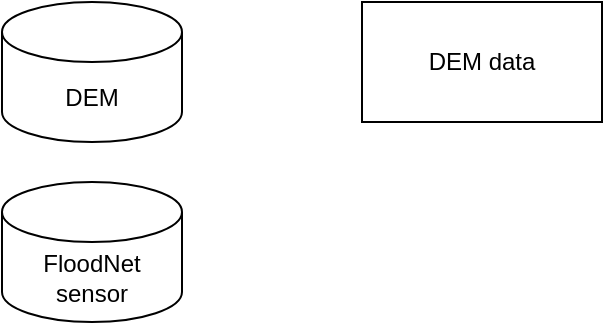
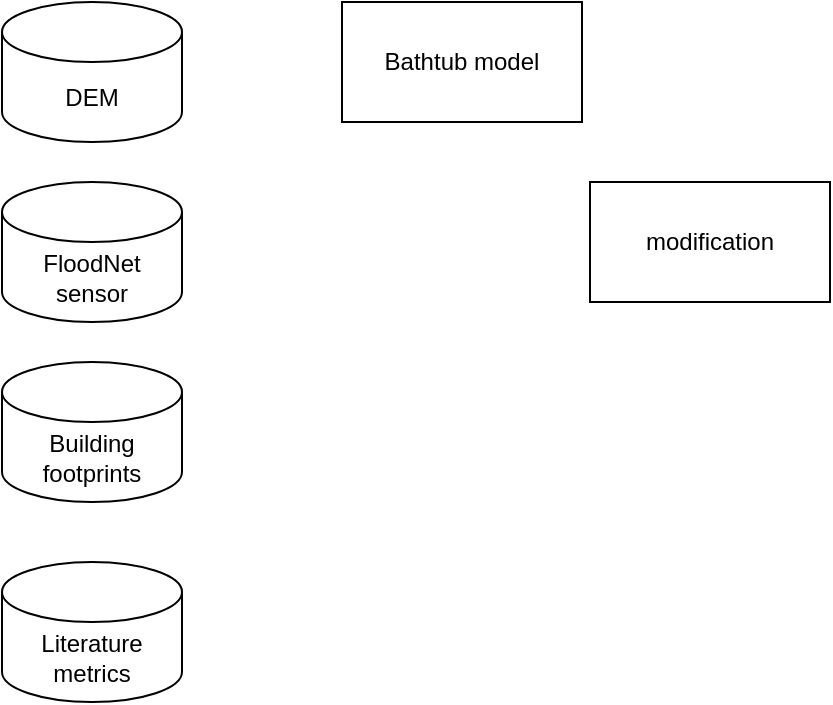
<mxfile host="app.diagrams.net">
  <diagram name="第 1 页" id="rrjs3x73q6XKG6Un8orv">
    <mxGraphModel dx="809" dy="435" grid="1" gridSize="10" guides="1" tooltips="1" connect="1" arrows="1" fold="1" page="1" pageScale="1" pageWidth="827" pageHeight="1169" math="0" shadow="0">
      <root>
        <mxCell id="0" />
        <mxCell id="1" parent="0" />
-         <mxCell id="wsXrPMJaeRBQqD8lpksv-1" parent="1" style="rounded=0;whiteSpace=wrap;html=1;" value="DEM data" vertex="1">
-           <mxGeometry height="60" width="120" x="240" y="180" as="geometry" />
-         </mxCell>
        <mxCell id="wsXrPMJaeRBQqD8lpksv-2" parent="1" style="shape=cylinder3;whiteSpace=wrap;html=1;boundedLbl=1;backgroundOutline=1;size=15;" value="DEM" vertex="1">
          <mxGeometry height="70" width="90" x="60" y="180" as="geometry" />
        </mxCell>
        <mxCell id="wsXrPMJaeRBQqD8lpksv-3" parent="1" style="shape=cylinder3;whiteSpace=wrap;html=1;boundedLbl=1;backgroundOutline=1;size=15;" value="FloodNet sensor" vertex="1">
          <mxGeometry height="70" width="90" x="60" y="270" as="geometry" />
        </mxCell>
+         <mxCell id="wsXrPMJaeRBQqD8lpksv-4" parent="1" style="rounded=0;whiteSpace=wrap;html=1;" value="Bathtub model" vertex="1">
+           <mxGeometry height="60" width="120" x="230" y="180" as="geometry" />
+         </mxCell>
+         <mxCell id="wsXrPMJaeRBQqD8lpksv-5" parent="1" style="rounded=0;whiteSpace=wrap;html=1;" value="modification" vertex="1">
+           <mxGeometry height="60" width="120" x="354" y="270" as="geometry" />
+         </mxCell>
+         <mxCell id="wsXrPMJaeRBQqD8lpksv-6" parent="1" style="shape=cylinder3;whiteSpace=wrap;html=1;boundedLbl=1;backgroundOutline=1;size=15;" value="Building footprints" vertex="1">
+           <mxGeometry height="70" width="90" x="60" y="360" as="geometry" />
+         </mxCell>
+         <mxCell id="wsXrPMJaeRBQqD8lpksv-7" parent="1" style="shape=cylinder3;whiteSpace=wrap;html=1;boundedLbl=1;backgroundOutline=1;size=15;" value="Literature metrics" vertex="1">
+           <mxGeometry height="70" width="90" x="60" y="460" as="geometry" />
+         </mxCell>
      </root>
    </mxGraphModel>
  </diagram>
</mxfile>
